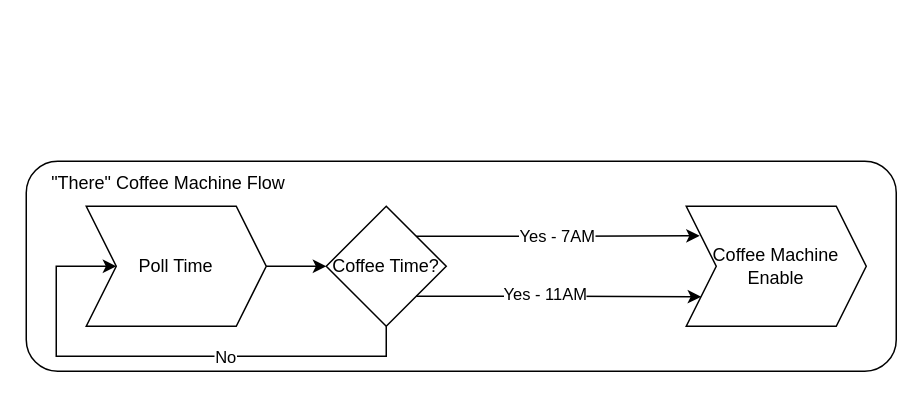
Before: Docs/ThereFlow.drawio in boomerlen/desn2k, a draw.io diagram. Source tidied: cells renumbered, new cells numbered last; positions are measured from the earlier drawing's top-left corner, leaving out a move shared by most shapes. Both pictures are drawn from the tidied source at 150%, with x=0, y=0 at pixel (26, 160).
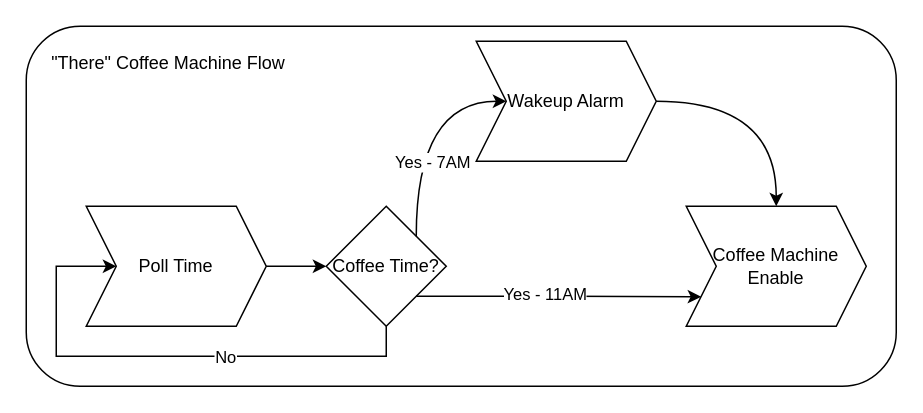
After the change.

What changed in the source:
```diff
@@
 <mxGraphModel>
   <root>
     <mxCell id="0" />
     <mxCell id="1" parent="0" />
     <mxCell id="2" style="edgeStyle=orthogonalEdgeStyle;rounded=0;jettySize=auto;html=1;" parent="1" edge="1" source="3" target="6">
       <mxGeometry relative="1" as="geometry" />
     </mxCell>
     <mxCell id="3" value="Poll Time" style="shape=step;perimeter=stepPerimeter;whiteSpace=wrap;html=1;fixedSize=1;" parent="1" vertex="1">
       <mxGeometry x="40" y="30" width="120" height="80" as="geometry" />
     </mxCell>
     <mxCell id="4" style="edgeStyle=orthogonalEdgeStyle;rounded=0;jettySize=auto;html=1;entryX=0;entryY=0.5;entryDx=0;entryDy=0;" parent="1" edge="1" source="6" target="3">
       <mxGeometry relative="1" as="geometry">
         <Array as="points">
           <mxPoint x="240" y="130" />
           <mxPoint x="20" y="130" />
           <mxPoint x="20" y="70" />
         </Array>
       </mxGeometry>
     </mxCell>
     <mxCell id="5" value="No" style="edgeLabel;html=1;align=center;verticalAlign=middle;" parent="4" vertex="1">
       <mxGeometry x="-0.25" relative="1" as="geometry" />
     </mxCell>
     <mxCell id="6" value="Coffee Time?" style="rhombus;whiteSpace=wrap;html=1;" parent="1" vertex="1">
       <mxGeometry x="200" y="30" width="80" height="80" as="geometry" />
     </mxCell>
     <mxCell id="7" value="Coffee Machine Enable" style="shape=step;perimeter=stepPerimeter;whiteSpace=wrap;html=1;fixedSize=1;" parent="1" vertex="1">
       <mxGeometry x="440" y="30" width="120" height="80" as="geometry" />
     </mxCell>
-    <mxCell id="8" style="edgeStyle=orthogonalEdgeStyle;rounded=0;jettySize=auto;html=1;exitX=1;exitY=0;exitDx=0;exitDy=0;entryX=0.075;entryY=0.246;entryDx=0;entryDy=0;entryPerimeter=0;" parent="1" edge="1" source="6" target="7">
-      <mxGeometry relative="1" as="geometry" />
+    <mxCell id="8" style="edgeStyle=orthogonalEdgeStyle;rounded=0;jettySize=auto;html=1;exitX=1;exitY=0;exitDx=0;exitDy=0;entryX=0;entryY=0.5;entryDx=0;entryDy=0;curved=1;" parent="1" edge="1" source="6" target="15">
+      <mxGeometry relative="1" as="geometry">
+        <Array as="points">
+          <mxPoint x="260" y="-40" />
+        </Array>
+      </mxGeometry>
     </mxCell>
     <mxCell id="9" value="Yes - 7AM" style="edgeLabel;html=1;align=center;verticalAlign=middle;" parent="8" vertex="1">
-      <mxGeometry x="-0.02" y="1" relative="1" as="geometry" />
+      <mxGeometry x="-0.02" y="1" relative="1" as="geometry">
+        <mxPoint x="11" y="24" as="offset" />
+      </mxGeometry>
     </mxCell>
     <mxCell id="10" style="edgeStyle=orthogonalEdgeStyle;rounded=0;jettySize=auto;html=1;exitX=1;exitY=1;exitDx=0;exitDy=0;entryX=0.083;entryY=0.754;entryDx=0;entryDy=0;entryPerimeter=0;" parent="1" edge="1" source="6" target="7">
       <mxGeometry relative="1" as="geometry" />
     </mxCell>
     <mxCell id="11" value="Yes - 11AM" style="edgeLabel;html=1;align=center;verticalAlign=middle;" parent="10" vertex="1">
       <mxGeometry x="-0.11" y="2" relative="1" as="geometry" />
     </mxCell>
     <mxCell id="12" style="rounded=1;whiteSpace=wrap;html=1;fillColor=none;" parent="1" vertex="1">
-      <mxGeometry width="580" height="140" as="geometry" />
+      <mxGeometry y="-90" width="580" height="240" as="geometry" />
     </mxCell>
     <mxCell id="13" value="&quot;There&quot; Coffee Machine Flow" style="text;html=1;align=center;verticalAlign=middle;whiteSpace=wrap;rounded=0;" parent="1" vertex="1">
-      <mxGeometry width="190" height="30" as="geometry" />
+      <mxGeometry y="-80" width="190" height="30" as="geometry" />
     </mxCell>
+    <mxCell id="14" style="edgeStyle=orthogonalEdgeStyle;rounded=0;jettySize=auto;html=1;entryX=0.5;entryY=0;entryDx=0;entryDy=0;curved=1;" parent="1" edge="1" source="15" target="7">
+      <mxGeometry relative="1" as="geometry" />
+    </mxCell>
+    <mxCell id="15" value="Wakeup Alarm" style="shape=step;perimeter=stepPerimeter;whiteSpace=wrap;html=1;fixedSize=1;" parent="1" vertex="1">
+      <mxGeometry x="300" y="-80" width="120" height="80" as="geometry" />
+    </mxCell>
   </root>
 </mxGraphModel>
```
